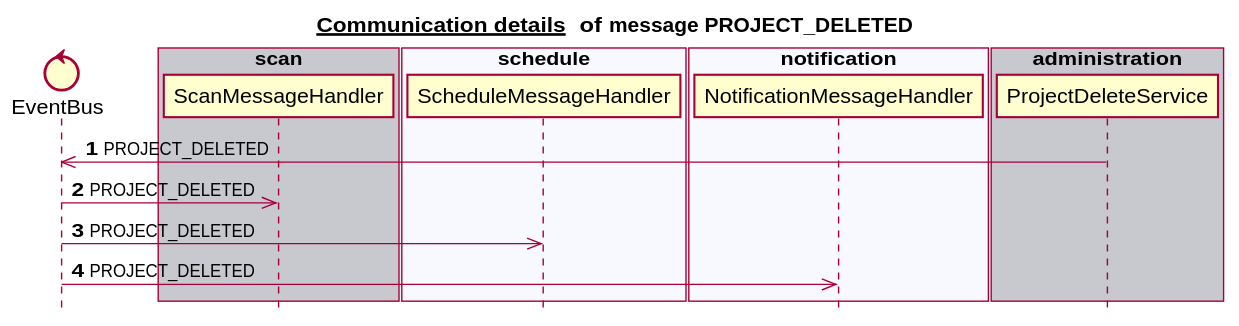
This is docs/latest/images/gen_domain_messaging_project_deleted.svg from mercedes-benz/sechub, a PlantUML export, as it was before one commit. Its diagram source:
```plantuml
@startuml


title __Communication details __ of **message PROJECT_DELETED**
skinparam style strictuml


control EventBus
box "scan" #C8C8CF
   participant ScanMessageHandler
end box
box "schedule" #F8F8FF
   participant ScheduleMessageHandler
end box
box "authorization" #C8C8CF
end box
box "notification" #F8F8FF
   participant NotificationMessageHandler
end box
box "administration" #C8C8CF
   participant ProjectDeleteService
end box
autonumber 1
ProjectDeleteService ->> EventBus:PROJECT_DELETED
EventBus ->> ScanMessageHandler:PROJECT_DELETED
EventBus ->> ScheduleMessageHandler:PROJECT_DELETED
EventBus ->> NotificationMessageHandler:PROJECT_DELETED
autonumber stop


@enduml
```
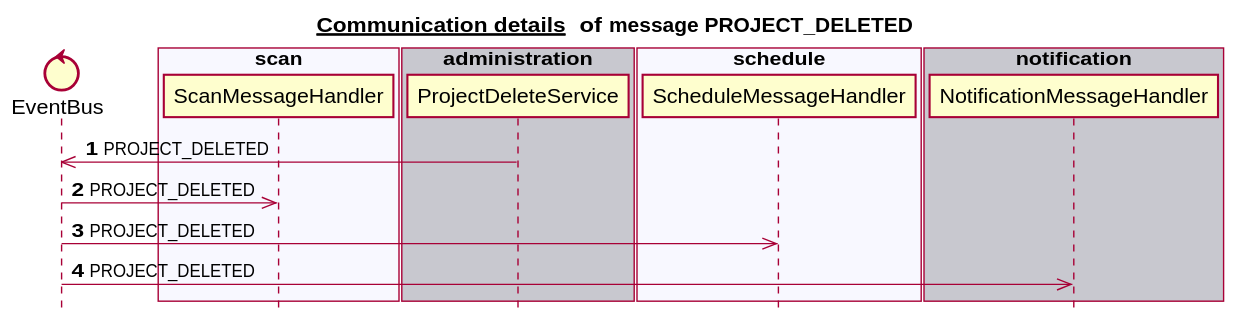
Later version of the same file.

Change to the diagram source:
```diff
@@ -6,19 +6,19 @@
 
 
 control EventBus
-box "scan" #C8C8CF
+box "authorization" #C8C8CF
+end box
+box "scan" #F8F8FF
    participant ScanMessageHandler
+end box
+box "administration" #C8C8CF
+   participant ProjectDeleteService
 end box
 box "schedule" #F8F8FF
    participant ScheduleMessageHandler
 end box
-box "authorization" #C8C8CF
-end box
-box "notification" #F8F8FF
+box "notification" #C8C8CF
    participant NotificationMessageHandler
-end box
-box "administration" #C8C8CF
-   participant ProjectDeleteService
 end box
 autonumber 1
 ProjectDeleteService ->> EventBus:PROJECT_DELETED
```
